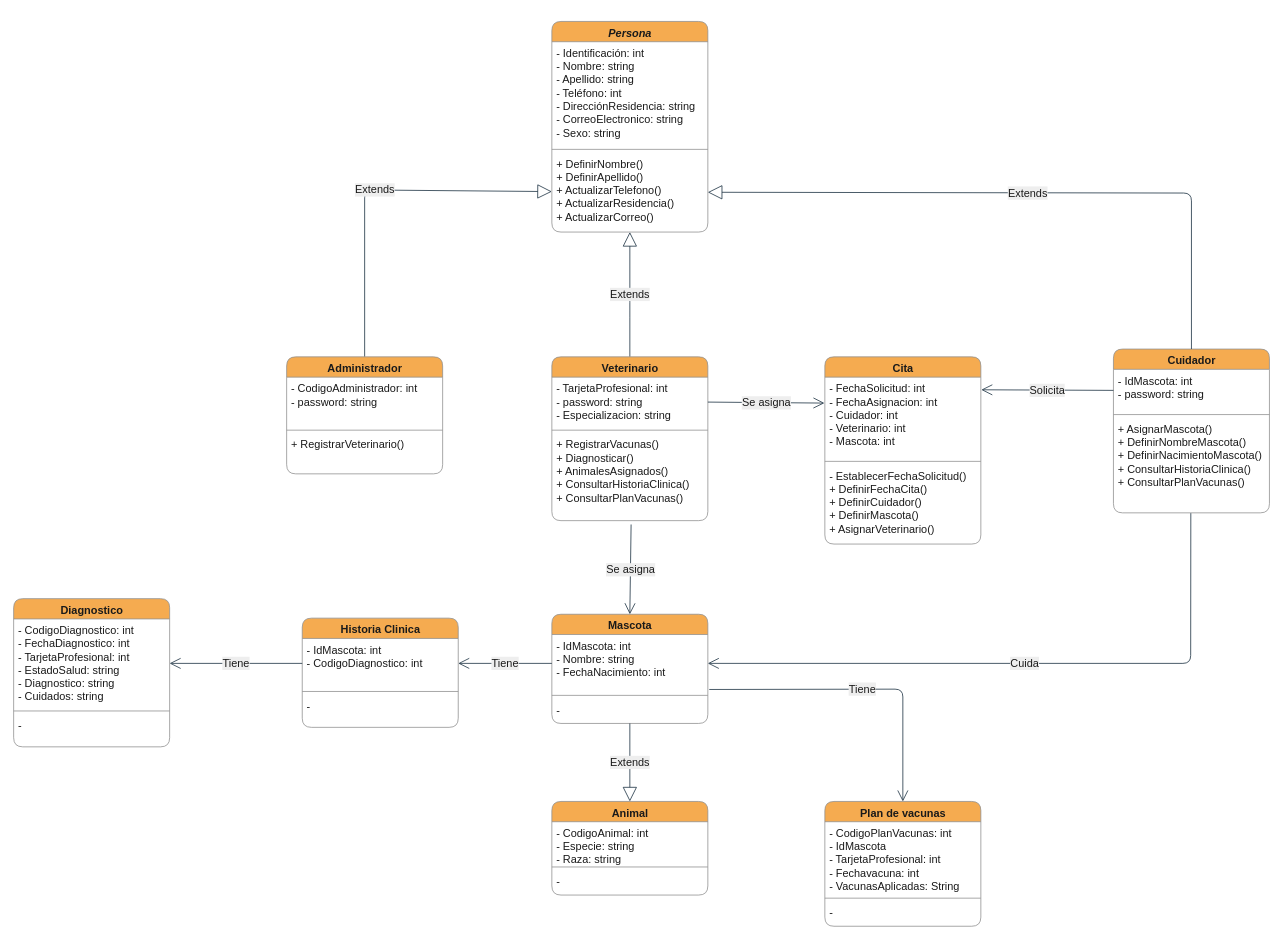
Earlier version of the draw.io diagram page "Diagrama de clases" (1 of 3) of Diagramas.drawio (juandabi/teleVeterinaria). Source tidied: cells renumbered, new cells numbered last; positions are measured from the earlier drawing's top-left corner, leaving out a move shared by most shapes. Both pictures are drawn from the tidied source at 78%, with x=0, y=0 at pixel (13, 21).
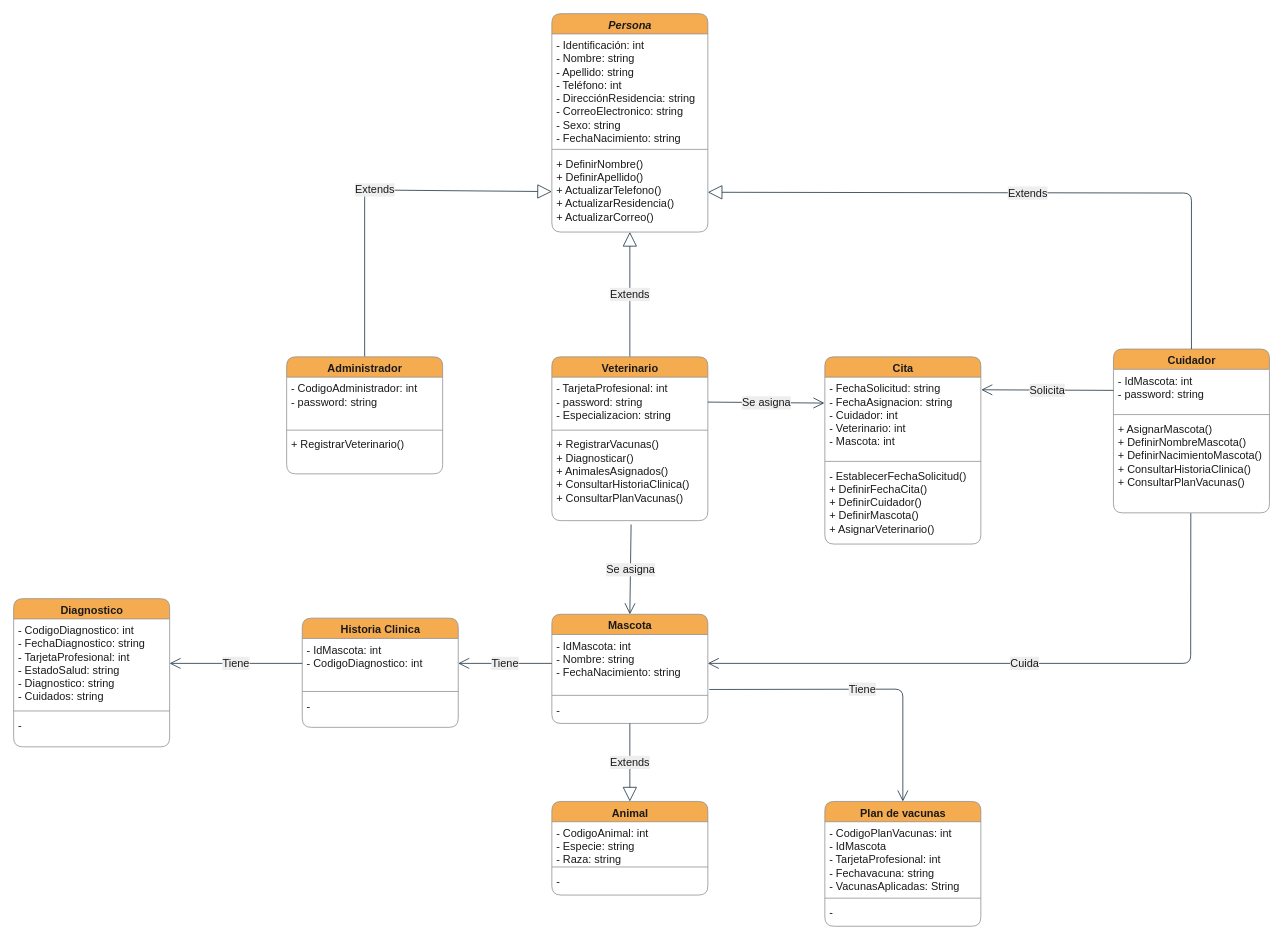
After the change.

Commit message (it also covers changes not shown here):
Conversion de tipo de campo fecha de int a string

The change refers to these unchanged cells:
```xml
<mxCell id="8" value="Cita" style="swimlane;fontStyle=1;align=center;verticalAlign=top;horizontal=1;startSize=26;fontSize=14;html=1;rounded=1;fillColor=#F5AB50;strokeColor=#909090;fontColor=#1A1A1A;" parent="1" vertex="1">
  <mxGeometry x="1040" y="430" width="200" height="240" as="geometry" />
</mxCell>
<mxCell id="24" value="Mascota" style="swimlane;fontStyle=1;align=center;verticalAlign=top;horizontal=1;startSize=26;fontSize=14;html=1;rounded=1;fillColor=#F5AB50;strokeColor=#909090;fontColor=#1A1A1A;" parent="1" vertex="1">
  <mxGeometry x="690" y="760" width="200" height="140" as="geometry" />
</mxCell>
<mxCell id="41" value="Diagnostico" style="swimlane;fontStyle=1;align=center;verticalAlign=top;horizontal=1;startSize=26;fontSize=14;html=1;rounded=1;fillColor=#F5AB50;strokeColor=#909090;fontColor=#1A1A1A;" parent="1" vertex="1">
  <mxGeometry y="740" width="200" height="190" as="geometry" />
</mxCell>
<mxCell id="47" value="Plan de vacunas" style="swimlane;fontStyle=1;align=center;verticalAlign=top;horizontal=1;startSize=26;fontSize=14;html=1;rounded=1;fillColor=#F5AB50;strokeColor=#909090;fontColor=#1A1A1A;" parent="1" vertex="1">
  <mxGeometry x="1040" y="1000" width="200" height="160" as="geometry" />
</mxCell>
```

What changed in the source:
```diff
@@
     <mxCell id="2" value="&lt;i&gt;Persona&lt;/i&gt;" style="swimlane;fontStyle=1;align=center;verticalAlign=top;horizontal=1;startSize=26;fontSize=14;html=1;rounded=1;fillColor=#F5AB50;strokeColor=#909090;fontColor=#1A1A1A;" parent="1" vertex="1">
-      <mxGeometry x="690" width="200" height="270" as="geometry" />
+      <mxGeometry x="690" y="-10" width="200" height="280" as="geometry" />
     </mxCell>
-    <mxCell id="3" value="- Identificación: int&#10;- Nombre: string&#10;- Apellido: string&#10;- Teléfono: int&#10;- DirecciónResidencia: string&#10;- CorreoElectronico: string&#10;- Sexo: string&#10;" style="text;strokeColor=none;fillColor=none;align=left;verticalAlign=top;spacingLeft=4;spacingRight=4;overflow=hidden;fontSize=14;rounded=1;fontColor=#1A1A1A;" parent="2" vertex="1">
-      <mxGeometry y="26" width="200" height="134" as="geometry" />
+    <mxCell id="3" value="- Identificación: int&#10;- Nombre: string&#10;- Apellido: string&#10;- Teléfono: int&#10;- DirecciónResidencia: string&#10;- CorreoElectronico: string&#10;- Sexo: string&#10;- FechaNacimiento: string" style="text;strokeColor=none;fillColor=none;align=left;verticalAlign=top;spacingLeft=4;spacingRight=4;overflow=hidden;fontSize=14;rounded=1;fontColor=#1A1A1A;" parent="2" vertex="1">
+      <mxGeometry y="26" width="200" height="144" as="geometry" />
     </mxCell>
     <mxCell id="4" style="line;strokeWidth=1;fillColor=none;align=left;verticalAlign=middle;spacingTop=-1;spacingLeft=3;spacingRight=3;labelPosition=right;rounded=1;strokeColor=#909090;fontColor=#1A1A1A;labelBackgroundColor=#EEEEEE;" parent="2" vertex="1">
-      <mxGeometry y="160" width="200" height="8" as="geometry" />
+      <mxGeometry y="170" width="200" height="8" as="geometry" />
     </mxCell>
     <mxCell id="5" value="+ DefinirNombre()&#10;+ DefinirApellido()&#10;+ ActualizarTelefono()&#10;+ ActualizarResidencia()&#10;+ ActualizarCorreo()" style="text;strokeColor=none;fillColor=none;align=left;verticalAlign=top;spacingLeft=4;spacingRight=4;overflow=hidden;points=[[0,0.5],[1,0.5]];portConstraint=eastwest;fontSize=14;rounded=1;fontColor=#1A1A1A;" parent="2" vertex="1">
-      <mxGeometry y="168" width="200" height="102" as="geometry" />
+      <mxGeometry y="178" width="200" height="102" as="geometry" />
     </mxCell>
@@
-    <mxCell id="9" value="- FechaSolicitud: int&#10;- FechaAsignacion: int&#10;- Cuidador: int&#10;- Veterinario: int&#10;- Mascota: int" style="text;strokeColor=none;fillColor=none;align=left;verticalAlign=top;spacingLeft=4;spacingRight=4;overflow=hidden;points=[[0,0.5],[1,0.5]];portConstraint=eastwest;fontSize=14;rounded=1;fontColor=#1A1A1A;" parent="8" vertex="1">
+    <mxCell id="9" value="- FechaSolicitud: string&#10;- FechaAsignacion: string&#10;- Cuidador: int&#10;- Veterinario: int&#10;- Mascota: int" style="text;strokeColor=none;fillColor=none;align=left;verticalAlign=top;spacingLeft=4;spacingRight=4;overflow=hidden;points=[[0,0.5],[1,0.5]];portConstraint=eastwest;fontSize=14;rounded=1;fontColor=#1A1A1A;" parent="8" vertex="1">
       <mxGeometry y="26" width="200" height="104" as="geometry" />
     </mxCell>
@@
-    <mxCell id="25" value="- IdMascota: int&#10;- Nombre: string&#10;- FechaNacimiento: int" style="text;strokeColor=none;fillColor=none;align=left;verticalAlign=top;spacingLeft=4;spacingRight=4;overflow=hidden;points=[[0,0.5],[1,0.5]];portConstraint=eastwest;fontSize=14;rounded=1;fontColor=#1A1A1A;" parent="24" vertex="1">
+    <mxCell id="25" value="- IdMascota: int&#10;- Nombre: string&#10;- FechaNacimiento: string" style="text;strokeColor=none;fillColor=none;align=left;verticalAlign=top;spacingLeft=4;spacingRight=4;overflow=hidden;points=[[0,0.5],[1,0.5]];portConstraint=eastwest;fontSize=14;rounded=1;fontColor=#1A1A1A;" parent="24" vertex="1">
       <mxGeometry y="26" width="200" height="74" as="geometry" />
     </mxCell>
@@
-    <mxCell id="42" value="- CodigoDiagnostico: int&#10;- FechaDiagnostico: int&#10;- TarjetaProfesional: int&#10;- EstadoSalud: string&#10;- Diagnostico: string&#10;- Cuidados: string" style="text;strokeColor=none;fillColor=none;align=left;verticalAlign=top;spacingLeft=4;spacingRight=4;overflow=hidden;points=[[0,0.5],[1,0.5]];portConstraint=eastwest;fontSize=14;rounded=1;fontColor=#1A1A1A;" parent="41" vertex="1">
+    <mxCell id="42" value="- CodigoDiagnostico: int&#10;- FechaDiagnostico: string&#10;- TarjetaProfesional: int&#10;- EstadoSalud: string&#10;- Diagnostico: string&#10;- Cuidados: string" style="text;strokeColor=none;fillColor=none;align=left;verticalAlign=top;spacingLeft=4;spacingRight=4;overflow=hidden;points=[[0,0.5],[1,0.5]];portConstraint=eastwest;fontSize=14;rounded=1;fontColor=#1A1A1A;" parent="41" vertex="1">
       <mxGeometry y="26" width="200" height="114" as="geometry" />
     </mxCell>
@@
-    <mxCell id="48" value="- CodigoPlanVacunas: int&#10;- IdMascota&#10;- TarjetaProfesional: int&#10;- Fechavacuna: int&#10;- VacunasAplicadas: String&#10;" style="text;strokeColor=none;fillColor=none;align=left;verticalAlign=top;spacingLeft=4;spacingRight=4;overflow=hidden;fontSize=14;rounded=1;fontColor=#1A1A1A;" parent="47" vertex="1">
+    <mxCell id="48" value="- CodigoPlanVacunas: int&#10;- IdMascota&#10;- TarjetaProfesional: int&#10;- Fechavacuna: string&#10;- VacunasAplicadas: String&#10;" style="text;strokeColor=none;fillColor=none;align=left;verticalAlign=top;spacingLeft=4;spacingRight=4;overflow=hidden;fontSize=14;rounded=1;fontColor=#1A1A1A;" parent="47" vertex="1">
       <mxGeometry y="26" width="200" height="94" as="geometry" />
     </mxCell>
```
